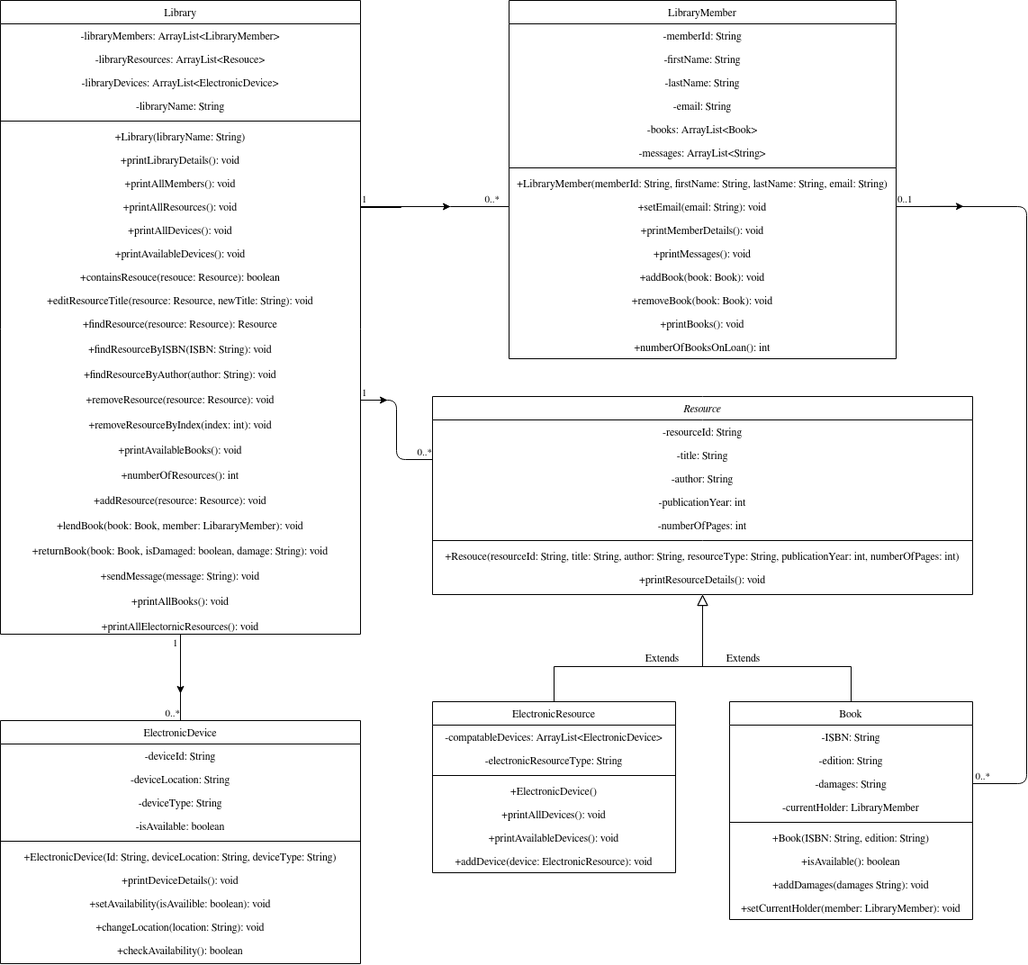
Before: UML_Diagram.png, a diagram exported from draw.io (James-Welsh/Library_System_Java). Source tidied: cells renumbered, new cells last; positions are measured from the earlier drawing's top-left corner, leaving out a move shared by most shapes.
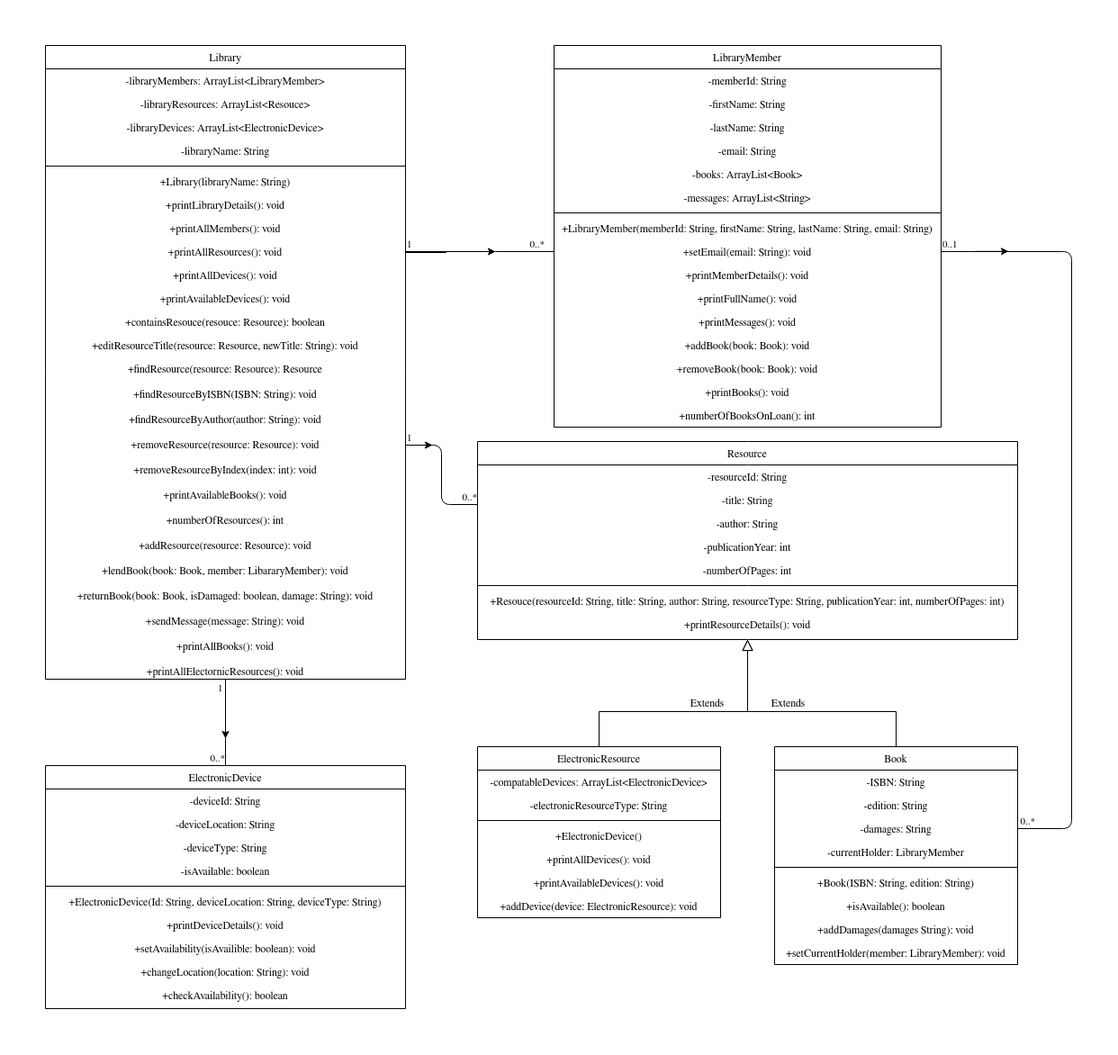
Above is the later version.

Commit message:
sorted the diagram

What changed in the source:
```diff
@@ -2,7 +2,7 @@
   <root>
     <mxCell id="0" />
     <mxCell id="1" parent="0" />
-    <mxCell id="2" value="Resource" style="swimlane;fontStyle=2;align=center;verticalAlign=top;horizontal=1;startSize=26;rounded=0;shadow=0;strokeWidth=1;" parent="1" vertex="1">
+    <mxCell id="2" value="Resource" style="swimlane;fontStyle=0;align=center;verticalAlign=top;horizontal=1;startSize=26;rounded=0;shadow=0;strokeWidth=1;" parent="1" vertex="1">
       <mxGeometry x="480" y="440" width="600" height="220" as="geometry" />
     </mxCell>
     <mxCell id="3" value="-resourceId: String" style="text;align=center;verticalAlign=top;spacingLeft=4;spacingRight=4;overflow=hidden;" parent="2" vertex="1">
@@ -75,7 +75,7 @@
       </mxGeometry>
     </mxCell>
     <mxCell id="23" value="LibraryMember" style="swimlane;fontStyle=0;align=center;verticalAlign=top;horizontal=1;startSize=26;rounded=0;shadow=0;strokeWidth=1;" parent="1" vertex="1">
-      <mxGeometry x="565" width="430" height="398" as="geometry" />
+      <mxGeometry x="565" width="430" height="424" as="geometry" />
     </mxCell>
     <mxCell id="24" value="-memberId: String" style="text;align=center;verticalAlign=top;spacingLeft=4;spacingRight=4;overflow=hidden;" parent="23" vertex="1">
       <mxGeometry y="26" width="430" height="26" as="geometry" />
@@ -107,20 +107,23 @@
     <mxCell id="33" value="+printMemberDetails(): void" style="text;align=center;verticalAlign=top;spacingLeft=4;spacingRight=4;overflow=hidden;" parent="23" vertex="1">
       <mxGeometry y="242" width="430" height="26" as="geometry" />
     </mxCell>
+    <mxCell id="103" value="+printFullName(): void" style="text;align=center;verticalAlign=top;spacingLeft=4;spacingRight=4;overflow=hidden;" parent="23" vertex="1">
+      <mxGeometry y="268" width="430" height="26" as="geometry" />
+    </mxCell>
     <mxCell id="34" value="+printMessages(): void" style="text;align=center;verticalAlign=top;spacingLeft=4;spacingRight=4;overflow=hidden;" parent="23" vertex="1">
-      <mxGeometry y="268" width="430" height="26" as="geometry" />
+      <mxGeometry y="294" width="430" height="26" as="geometry" />
     </mxCell>
     <mxCell id="35" value="+addBook(book: Book): void" style="text;align=center;verticalAlign=top;spacingLeft=4;spacingRight=4;overflow=hidden;" parent="23" vertex="1">
-      <mxGeometry y="294" width="430" height="26" as="geometry" />
+      <mxGeometry y="320" width="430" height="26" as="geometry" />
     </mxCell>
     <mxCell id="36" value="+removeBook(book: Book): void" style="text;align=center;verticalAlign=top;spacingLeft=4;spacingRight=4;overflow=hidden;" parent="23" vertex="1">
-      <mxGeometry y="320" width="430" height="26" as="geometry" />
+      <mxGeometry y="346" width="430" height="26" as="geometry" />
     </mxCell>
     <mxCell id="37" value="+printBooks(): void" style="text;align=center;verticalAlign=top;spacingLeft=4;spacingRight=4;overflow=hidden;" parent="23" vertex="1">
-      <mxGeometry y="346" width="430" height="26" as="geometry" />
+      <mxGeometry y="372" width="430" height="26" as="geometry" />
     </mxCell>
     <mxCell id="38" value="+numberOfBooksOnLoan(): int" style="text;align=center;verticalAlign=top;spacingLeft=4;spacingRight=4;overflow=hidden;" parent="23" vertex="1">
-      <mxGeometry y="372" width="430" height="26" as="geometry" />
+      <mxGeometry y="398" width="430" height="26" as="geometry" />
     </mxCell>
     <mxCell id="39" value="ElectronicDevice" style="swimlane;fontStyle=0;align=center;verticalAlign=top;horizontal=1;startSize=26;rounded=0;shadow=0;strokeWidth=1;" parent="1" vertex="1">
       <mxGeometry y="800" width="400" height="270" as="geometry" />
```
